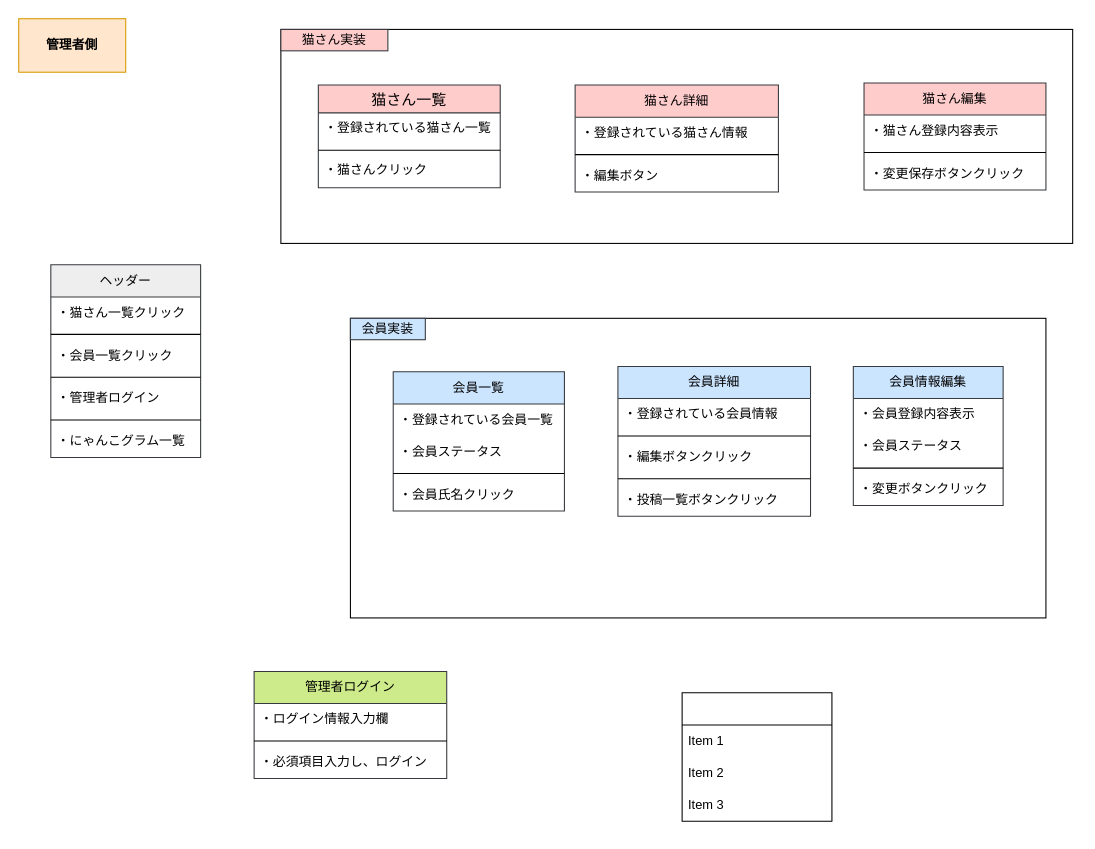
The draw.io diagram Nyanko_home_管理者側_UI Flows.drawio in nagayamaruna/nyanko_home, before the edit. Source tidied: cells renumbered, new cells numbered last; positions are measured from the earlier drawing's top-left corner, leaving out a move shared by most shapes. Both pictures are drawn from the tidied source at 107%, with x=0, y=0 at pixel (18, 18).
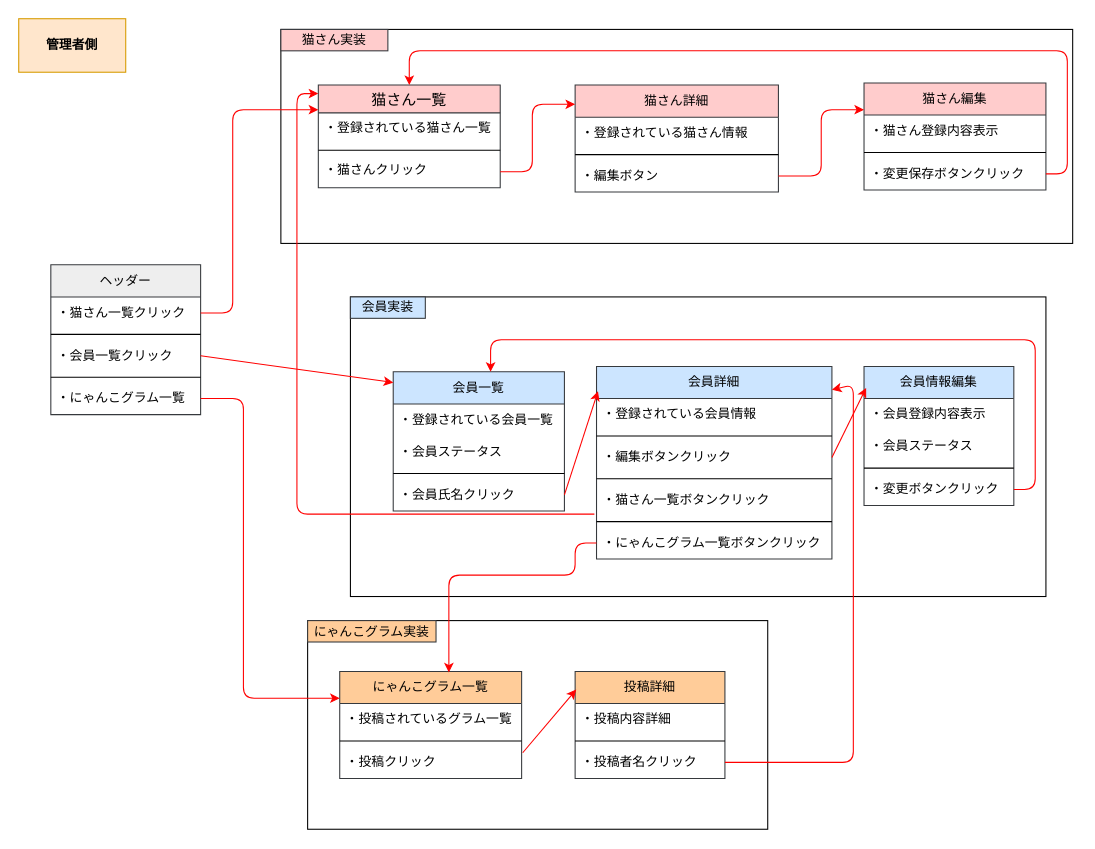
The same diagram, later.

Commit message (it also covers changes not shown here):
Nyanko_home_管理者側_UI Flows.drawio を更新します

Unchanged cells that the change refers to:
```xml
<mxCell id="6" value="&lt;div&gt;&lt;/div&gt;&lt;div&gt;・猫さん一覧クリック&lt;/div&gt;" style="text;strokeColor=none;fillColor=none;align=left;verticalAlign=middle;spacingLeft=4;spacingRight=4;overflow=hidden;points=[[0,0.5],[1,0.5]];portConstraint=eastwest;whiteSpace=wrap;html=1;" parent="5" vertex="1">
  <mxGeometry y="30" width="140" height="30" as="geometry" />
</mxCell>
<mxCell id="8" value="・会員一覧クリック" style="text;strokeColor=none;fillColor=none;align=left;verticalAlign=middle;spacingLeft=4;spacingRight=4;overflow=hidden;points=[[0,0.5],[1,0.5]];portConstraint=eastwest;whiteSpace=wrap;html=1;" parent="5" vertex="1">
  <mxGeometry y="70" width="140" height="30" as="geometry" />
</mxCell>
<mxCell id="13" value="会員一覧" style="swimlane;fontStyle=0;horizontal=1;startSize=30;whiteSpace=wrap;html=1;fillColor=#cce5ff;strokeColor=#36393d;" parent="1" vertex="1">
  <mxGeometry x="350" y="330" width="160" height="130" as="geometry" />
</mxCell>
<mxCell id="17" value="・会員氏名クリック" style="text;strokeColor=none;fillColor=none;align=left;verticalAlign=middle;spacingLeft=4;spacingRight=4;overflow=hidden;points=[[0,0.5],[1,0.5]];portConstraint=eastwest;whiteSpace=wrap;html=1;" parent="13" vertex="1">
  <mxGeometry y="100" width="160" height="30" as="geometry" />
</mxCell>
<mxCell id="28" value="・変更ボタンクリック" style="text;strokeColor=none;fillColor=none;align=left;verticalAlign=middle;spacingLeft=4;spacingRight=4;overflow=hidden;points=[[0,0.5],[1,0.5]];portConstraint=eastwest;whiteSpace=wrap;html=1;" parent="24" vertex="1">
  <mxGeometry y="100" width="140" height="30" as="geometry" />
</mxCell>
<mxCell id="30" value="猫さん一覧" style="swimlane;fontStyle=0;horizontal=1;startSize=26;align=center;fontSize=14;fillColor=#ffcccc;strokeColor=#36393d;" parent="1" vertex="1">
  <mxGeometry x="280" y="62" width="170" height="96" as="geometry" />
</mxCell>
<mxCell id="33" value="・猫さんクリック" style="text;strokeColor=none;fillColor=none;spacingLeft=4;spacingRight=4;overflow=hidden;points=[[0,0.5],[1,0.5]];portConstraint=eastwest;fontSize=12;whiteSpace=wrap;html=1;" parent="30" vertex="1">
  <mxGeometry y="66" width="170" height="30" as="geometry" />
</mxCell>
<mxCell id="34" value="猫さん詳細" style="swimlane;fontStyle=0;horizontal=1;startSize=30;whiteSpace=wrap;html=1;fillColor=#ffcccc;strokeColor=#36393d;" parent="1" vertex="1">
  <mxGeometry x="520" y="62" width="190" height="100" as="geometry" />
</mxCell>
<mxCell id="37" value="・編集ボタン" style="text;strokeColor=none;fillColor=none;align=left;verticalAlign=middle;spacingLeft=4;spacingRight=4;overflow=hidden;points=[[0,0.5],[1,0.5]];portConstraint=eastwest;whiteSpace=wrap;html=1;" parent="34" vertex="1">
  <mxGeometry y="70" width="190" height="30" as="geometry" />
</mxCell>
<mxCell id="38" value="猫さん編集" style="swimlane;fontStyle=0;horizontal=1;startSize=30;whiteSpace=wrap;html=1;fillColor=#ffcccc;strokeColor=#36393d;" parent="1" vertex="1">
  <mxGeometry x="790" y="60" width="170" height="100" as="geometry" />
</mxCell>
<mxCell id="41" value="・変更保存ボタンクリック" style="text;strokeColor=none;fillColor=none;align=left;verticalAlign=middle;spacingLeft=4;spacingRight=4;overflow=hidden;points=[[0,0.5],[1,0.5]];portConstraint=eastwest;whiteSpace=wrap;html=1;" parent="38" vertex="1">
  <mxGeometry y="70" width="170" height="30" as="geometry" />
</mxCell>
```

Diff of the diagram source:
```diff
@@
+    <mxCell id="51" style="rounded=0;whiteSpace=wrap;html=1;" parent="1" vertex="1">
+      <mxGeometry x="270" y="562.5" width="430" height="195" as="geometry" />
+    </mxCell>
@@
     <mxCell id="3" style="rounded=0;whiteSpace=wrap;html=1;" parent="1" vertex="1">
-      <mxGeometry x="310" y="280" width="650" height="280" as="geometry" />
+      <mxGeometry x="310" y="260" width="650" height="280" as="geometry" />
     </mxCell>
@@
     <mxCell id="5" value="ヘッダー" style="swimlane;fontStyle=0;horizontal=1;startSize=30;whiteSpace=wrap;html=1;fillColor=#eeeeee;strokeColor=#36393d;" parent="1" vertex="1">
-      <mxGeometry x="30" y="230" width="140" height="180" as="geometry" />
+      <mxGeometry x="30" y="230" width="140" height="140" as="geometry" />
     </mxCell>
@@
-    <mxCell id="10" value="・管理者ログイン" style="text;strokeColor=none;fillColor=none;align=left;verticalAlign=middle;spacingLeft=4;spacingRight=4;overflow=hidden;whiteSpace=wrap;html=1;" parent="5" vertex="1">
-      <mxGeometry y="110" width="140" height="30" as="geometry" />
-    </mxCell>
-    <mxCell id="11" style="line;strokeWidth=1;dashed=0;labelPosition=right;align=left;verticalAlign=middle;spacingTop=0;spacingLeft=6;" parent="5" vertex="1">
-      <mxGeometry y="140" width="140" height="10" as="geometry" />
-    </mxCell>
     <mxCell id="12" value="・にゃんこグラム一覧" style="text;strokeColor=none;fillColor=none;align=left;verticalAlign=middle;spacingLeft=4;spacingRight=4;overflow=hidden;points=[[0,0.5],[1,0.5]];portConstraint=eastwest;whiteSpace=wrap;html=1;" parent="5" vertex="1">
-      <mxGeometry y="150" width="140" height="30" as="geometry" />
+      <mxGeometry y="110" width="140" height="30" as="geometry" />
     </mxCell>
@@
     <mxCell id="18" value="会員詳細" style="swimlane;fontStyle=0;horizontal=1;startSize=30;whiteSpace=wrap;html=1;fillColor=#cce5ff;strokeColor=#36393d;" parent="1" vertex="1">
-      <mxGeometry x="560" y="325" width="180" height="140" as="geometry" />
+      <mxGeometry x="540" y="325" width="220" height="180" as="geometry" />
     </mxCell>
     <mxCell id="19" value="・登録されている会員情報" style="text;strokeColor=none;fillColor=none;align=left;verticalAlign=middle;spacingLeft=4;spacingRight=4;overflow=hidden;whiteSpace=wrap;html=1;" parent="18" vertex="1">
-      <mxGeometry y="30" width="180" height="30" as="geometry" />
+      <mxGeometry y="30" width="220" height="30" as="geometry" />
     </mxCell>
     <mxCell id="20" style="line;strokeWidth=1;dashed=0;labelPosition=right;align=left;verticalAlign=middle;spacingTop=0;spacingLeft=6;" parent="18" vertex="1">
-      <mxGeometry y="60" width="180" height="10" as="geometry" />
+      <mxGeometry y="60" width="220" height="10" as="geometry" />
     </mxCell>
     <mxCell id="21" value="・編集ボタンクリック" style="text;strokeColor=none;fillColor=none;align=left;verticalAlign=middle;spacingLeft=4;spacingRight=4;overflow=hidden;points=[[0,0.5],[1,0.5]];portConstraint=eastwest;whiteSpace=wrap;html=1;" parent="18" vertex="1">
-      <mxGeometry y="70" width="180" height="30" as="geometry" />
+      <mxGeometry y="70" width="220" height="30" as="geometry" />
     </mxCell>
     <mxCell id="22" style="line;strokeWidth=1;dashed=0;labelPosition=right;align=left;verticalAlign=middle;spacingTop=0;spacingLeft=6;" parent="18" vertex="1">
-      <mxGeometry y="100" width="180" height="10" as="geometry" />
+      <mxGeometry y="100" width="220" height="10" as="geometry" />
     </mxCell>
-    <mxCell id="23" value="・投稿一覧ボタンクリック" style="text;strokeColor=none;fillColor=none;align=left;verticalAlign=middle;spacingLeft=4;spacingRight=4;overflow=hidden;whiteSpace=wrap;html=1;" parent="18" vertex="1">
-      <mxGeometry y="110" width="180" height="30" as="geometry" />
+    <mxCell id="23" value="・猫さん一覧ボタンクリック" style="text;strokeColor=none;fillColor=none;align=left;verticalAlign=middle;spacingLeft=4;spacingRight=4;overflow=hidden;whiteSpace=wrap;html=1;" parent="18" vertex="1">
+      <mxGeometry y="110" width="220" height="30" as="geometry" />
     </mxCell>
+    <mxCell id="52" style="line;strokeWidth=1;dashed=0;labelPosition=right;align=left;verticalAlign=middle;spacingTop=0;spacingLeft=6;" parent="18" vertex="1">
+      <mxGeometry y="140" width="220" height="10" as="geometry" />
+    </mxCell>
+    <mxCell id="53" value="・にゃんこグラム一覧ボタンクリック" style="text;strokeColor=none;fillColor=none;align=left;verticalAlign=middle;spacingLeft=4;spacingRight=4;overflow=hidden;points=[[0,0.5],[1,0.5]];portConstraint=eastwest;whiteSpace=wrap;html=1;" parent="18" vertex="1">
+      <mxGeometry y="150" width="220" height="30" as="geometry" />
+    </mxCell>
     <mxCell id="24" value="会員情報編集" style="swimlane;fontStyle=0;horizontal=1;startSize=30;whiteSpace=wrap;html=1;fillColor=#cce5ff;strokeColor=#36393d;" parent="1" vertex="1">
-      <mxGeometry x="780" y="325" width="140" height="130" as="geometry" />
+      <mxGeometry x="790" y="325" width="140" height="130" as="geometry" />
     </mxCell>
@@
     <mxCell id="29" value="会員実装" style="rounded=0;whiteSpace=wrap;html=1;fillColor=#cce5ff;strokeColor=#36393d;" parent="1" vertex="1">
-      <mxGeometry x="310" y="280" width="70" height="20" as="geometry" />
+      <mxGeometry x="310" y="260" width="70" height="20" as="geometry" />
     </mxCell>
@@
-    <mxCell id="43" value="管理者ログイン" style="swimlane;fontStyle=0;horizontal=1;startSize=30;whiteSpace=wrap;html=1;fillColor=#cdeb8b;strokeColor=#36393d;" parent="1" vertex="1">
-      <mxGeometry x="220" y="610" width="180" height="100" as="geometry" />
-    </mxCell>
-    <mxCell id="44" value="・ログイン情報入力欄" style="text;strokeColor=none;fillColor=none;align=left;verticalAlign=middle;spacingLeft=4;spacingRight=4;overflow=hidden;whiteSpace=wrap;html=1;" parent="43" vertex="1">
-      <mxGeometry y="30" width="180" height="30" as="geometry" />
-    </mxCell>
-    <mxCell id="45" style="line;strokeWidth=1;dashed=0;labelPosition=right;align=left;verticalAlign=middle;spacingTop=0;spacingLeft=6;" parent="43" vertex="1">
-      <mxGeometry y="60" width="180" height="10" as="geometry" />
-    </mxCell>
-    <mxCell id="46" value="・必須項目入力し、ログイン" style="text;strokeColor=none;fillColor=none;align=left;verticalAlign=middle;spacingLeft=4;spacingRight=4;overflow=hidden;whiteSpace=wrap;html=1;" parent="43" vertex="1">
-      <mxGeometry y="70" width="180" height="30" as="geometry" />
-    </mxCell>
-    <mxCell id="47" style="swimlane;fontStyle=0;horizontal=1;startSize=30;whiteSpace=wrap;html=1;" parent="1" vertex="1">
-      <mxGeometry x="620" y="630" width="140" height="120" as="geometry" />
+    <mxCell id="47" value="にゃんこグラム一覧" style="swimlane;fontStyle=0;horizontal=1;startSize=30;whiteSpace=wrap;html=1;fillColor=#ffcc99;strokeColor=#36393d;" parent="1" vertex="1">
+      <mxGeometry x="300" y="610" width="170" height="100" as="geometry" />
     </mxCell>
-    <mxCell id="48" value="Item 1" style="text;strokeColor=none;fillColor=none;align=left;verticalAlign=middle;spacingLeft=4;spacingRight=4;overflow=hidden;whiteSpace=wrap;html=1;" parent="47" vertex="1">
-      <mxGeometry y="30" width="140" height="30" as="geometry" />
+    <mxCell id="48" value="・投稿されているグラム一覧" style="text;strokeColor=none;fillColor=none;align=left;verticalAlign=middle;spacingLeft=4;spacingRight=4;overflow=hidden;whiteSpace=wrap;html=1;" parent="47" vertex="1">
+      <mxGeometry y="30" width="170" height="30" as="geometry" />
     </mxCell>
+    <mxCell id="54" style="line;strokeWidth=1;dashed=0;labelPosition=right;align=left;verticalAlign=middle;spacingTop=0;spacingLeft=6;" parent="47" vertex="1">
+      <mxGeometry y="60" width="170" height="10" as="geometry" />
+    </mxCell>
-    <mxCell id="49" value="Item 2" style="text;strokeColor=none;fillColor=none;align=left;verticalAlign=middle;spacingLeft=4;spacingRight=4;overflow=hidden;points=[[0,0.5],[1,0.5]];portConstraint=eastwest;whiteSpace=wrap;html=1;" parent="47" vertex="1">
-      <mxGeometry y="60" width="140" height="30" as="geometry" />
+    <mxCell id="49" value="・投稿クリック" style="text;strokeColor=none;fillColor=none;align=left;verticalAlign=middle;spacingLeft=4;spacingRight=4;overflow=hidden;points=[[0,0.5],[1,0.5]];portConstraint=eastwest;whiteSpace=wrap;html=1;" parent="47" vertex="1">
+      <mxGeometry y="70" width="170" height="30" as="geometry" />
     </mxCell>
-    <mxCell id="50" value="Item 3" style="text;strokeColor=none;fillColor=none;align=left;verticalAlign=middle;spacingLeft=4;spacingRight=4;overflow=hidden;whiteSpace=wrap;html=1;" parent="47" vertex="1">
-      <mxGeometry y="90" width="140" height="30" as="geometry" />
-    </mxCell>
+    <mxCell id="55" value="投稿詳細" style="swimlane;fontStyle=0;horizontal=1;startSize=30;whiteSpace=wrap;html=1;fillColor=#ffcc99;strokeColor=#36393d;" parent="1" vertex="1">
+      <mxGeometry x="520" y="610" width="140" height="100" as="geometry" />
+    </mxCell>
+    <mxCell id="56" value="・投稿内容詳細" style="text;strokeColor=none;fillColor=none;align=left;verticalAlign=middle;spacingLeft=4;spacingRight=4;overflow=hidden;whiteSpace=wrap;html=1;" parent="55" vertex="1">
+      <mxGeometry y="30" width="140" height="30" as="geometry" />
+    </mxCell>
+    <mxCell id="57" style="line;strokeWidth=1;dashed=0;labelPosition=right;align=left;verticalAlign=middle;spacingTop=0;spacingLeft=6;" parent="55" vertex="1">
+      <mxGeometry y="60" width="140" height="10" as="geometry" />
+    </mxCell>
+    <mxCell id="58" value="・投稿者名クリック" style="text;strokeColor=none;fillColor=none;align=left;verticalAlign=middle;spacingLeft=4;spacingRight=4;overflow=hidden;points=[[0,0.5],[1,0.5]];portConstraint=eastwest;whiteSpace=wrap;html=1;" parent="55" vertex="1">
+      <mxGeometry y="70" width="140" height="30" as="geometry" />
+    </mxCell>
+    <mxCell id="59" value="にゃんこグラム実装" style="rounded=0;whiteSpace=wrap;html=1;fillColor=#ffcc99;strokeColor=#36393d;" parent="1" vertex="1">
+      <mxGeometry x="270" y="562.5" width="120" height="20" as="geometry" />
+    </mxCell>
+    <mxCell id="60" style="endArrow=classic;html=1;rounded=1;strokeColor=#FF0000;curved=0;exitX=1;exitY=0.5;exitDx=0;exitDy=0;" parent="1" edge="1" source="6">
+      <mxGeometry relative="1" as="geometry">
+        <mxPoint x="280" y="85" as="targetPoint" />
+        <Array as="points">
+          <mxPoint x="200" y="275" />
+          <mxPoint x="200" y="85" />
+        </Array>
+      </mxGeometry>
+    </mxCell>
+    <mxCell id="61" style="endArrow=classic;html=1;rounded=1;strokeColor=#FF0000;curved=0;exitX=1;exitY=0.5;exitDx=0;exitDy=0;entryX=0;entryY=0.18;entryDx=0;entryDy=0;entryPerimeter=0;" parent="1" edge="1" source="33" target="34">
+      <mxGeometry relative="1" as="geometry">
+        <Array as="points">
+          <mxPoint x="480" y="143" />
+          <mxPoint x="480" y="80" />
+        </Array>
+      </mxGeometry>
+    </mxCell>
+    <mxCell id="62" style="endArrow=classic;html=1;rounded=1;strokeColor=#FF0000;curved=0;exitX=1;exitY=0.5;exitDx=0;exitDy=0;entryX=0;entryY=0.25;entryDx=0;entryDy=0;" parent="1" edge="1" source="37" target="38">
+      <mxGeometry relative="1" as="geometry">
+        <Array as="points">
+          <mxPoint x="750" y="147" />
+          <mxPoint x="750" y="85" />
+        </Array>
+      </mxGeometry>
+    </mxCell>
+    <mxCell id="63" style="endArrow=classic;html=1;rounded=1;curved=0;strokeColor=#FF0000;exitX=1;exitY=0.5;exitDx=0;exitDy=0;entryX=0.5;entryY=0;entryDx=0;entryDy=0;" parent="1" edge="1" source="41" target="30">
+      <mxGeometry relative="1" as="geometry">
+        <Array as="points">
+          <mxPoint x="980" y="145" />
+          <mxPoint x="980" y="30" />
+          <mxPoint x="365" y="30" />
+        </Array>
+      </mxGeometry>
+    </mxCell>
+    <mxCell id="64" style="endArrow=classic;html=1;rounded=1;curved=0;strokeColor=#FF0000;exitX=1;exitY=0.5;exitDx=0;exitDy=0;entryX=0;entryY=0.077;entryDx=0;entryDy=0;entryPerimeter=0;" parent="1" edge="1" source="8" target="13">
+      <mxGeometry relative="1" as="geometry" />
+    </mxCell>
+    <mxCell id="65" style="endArrow=classic;html=1;rounded=1;curved=0;strokeColor=#FF0000;exitX=1;exitY=0.5;exitDx=0;exitDy=0;entryX=0;entryY=0.25;entryDx=0;entryDy=0;" parent="1" edge="1" source="12" target="47">
+      <mxGeometry relative="1" as="geometry">
+        <Array as="points">
+          <mxPoint x="210" y="355" />
+          <mxPoint x="210" y="635" />
+        </Array>
+      </mxGeometry>
+    </mxCell>
+    <mxCell id="66" style="endArrow=classic;html=1;rounded=1;curved=0;strokeColor=#FF0000;exitX=1.006;exitY=0.2;exitDx=0;exitDy=0;exitPerimeter=0;entryX=0.007;entryY=0.17;entryDx=0;entryDy=0;entryPerimeter=0;" parent="1" edge="1" source="49" target="55">
+      <mxGeometry relative="1" as="geometry" />
+    </mxCell>
+    <mxCell id="67" style="endArrow=classic;html=1;rounded=1;curved=0;strokeColor=#FF0000;exitX=1;exitY=0.5;exitDx=0;exitDy=0;entryX=1;entryY=0.121;entryDx=0;entryDy=0;entryPerimeter=0;" parent="1" edge="1" source="58" target="18">
+      <mxGeometry relative="1" as="geometry">
+        <Array as="points">
+          <mxPoint x="780" y="695" />
+          <mxPoint x="780" y="342" />
+        </Array>
+      </mxGeometry>
+    </mxCell>
+    <mxCell id="68" style="endArrow=classic;html=1;rounded=1;curved=0;strokeColor=#FF0000;exitX=1;exitY=0.5;exitDx=0;exitDy=0;entryX=0.006;entryY=0.129;entryDx=0;entryDy=0;entryPerimeter=0;" parent="1" edge="1" source="17" target="18">
+      <mxGeometry relative="1" as="geometry" />
+    </mxCell>
+    <mxCell id="69" style="endArrow=classic;html=1;rounded=1;curved=0;strokeColor=#FF0000;exitX=1;exitY=0.5;exitDx=0;exitDy=0;entryX=0.014;entryY=0.154;entryDx=0;entryDy=0;entryPerimeter=0;" parent="1" edge="1" source="21" target="24">
+      <mxGeometry relative="1" as="geometry" />
+    </mxCell>
+    <mxCell id="70" style="endArrow=classic;html=1;rounded=1;curved=0;strokeColor=#FF0000;exitX=1;exitY=0.5;exitDx=0;exitDy=0;" parent="1" edge="1" source="28">
+      <mxGeometry relative="1" as="geometry">
+        <mxPoint x="441" y="330" as="targetPoint" />
+        <Array as="points">
+          <mxPoint x="950" y="440" />
+          <mxPoint x="950" y="300" />
+          <mxPoint x="441" y="300" />
+        </Array>
+      </mxGeometry>
+    </mxCell>
+    <mxCell id="71" style="endArrow=classic;html=1;rounded=1;strokeColor=#FF0000;curved=0;exitX=0;exitY=0.5;exitDx=0;exitDy=0;entryX=0.6;entryY=0.01;entryDx=0;entryDy=0;entryPerimeter=0;" parent="1" edge="1" source="53" target="47">
+      <mxGeometry relative="1" as="geometry">
+        <Array as="points">
+          <mxPoint x="520" y="490" />
+          <mxPoint x="520" y="520" />
+          <mxPoint x="402" y="520" />
+        </Array>
+      </mxGeometry>
+    </mxCell>
+    <mxCell id="72" style="endArrow=classic;html=1;rounded=1;curved=0;strokeColor=#FF0000;entryX=0;entryY=0.083;entryDx=0;entryDy=0;entryPerimeter=0;" parent="1" edge="1" target="30">
+      <mxGeometry relative="1" as="geometry">
+        <mxPoint x="538" y="463" as="sourcePoint" />
+        <Array as="points">
+          <mxPoint x="260" y="463" />
+          <mxPoint x="260" y="70" />
+        </Array>
+      </mxGeometry>
+    </mxCell>
```
